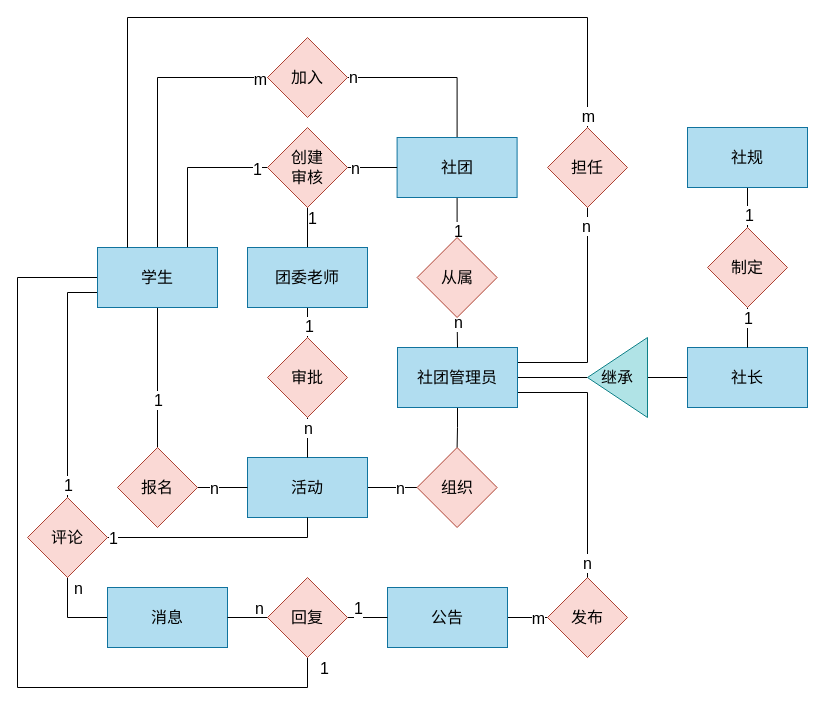
The draw.io diagram 系统设计报告/ccy-ER图与数据元素表/ER-graph.drawio in cccvs/BUAA-DataBase, before the edit. Source tidied: cells renumbered, new cells numbered last; positions are measured from the earlier drawing's top-left corner, leaving out a move shared by most shapes. Both pictures are drawn from the tidied source at 100%, with x=0, y=0 at pixel (17, 17).
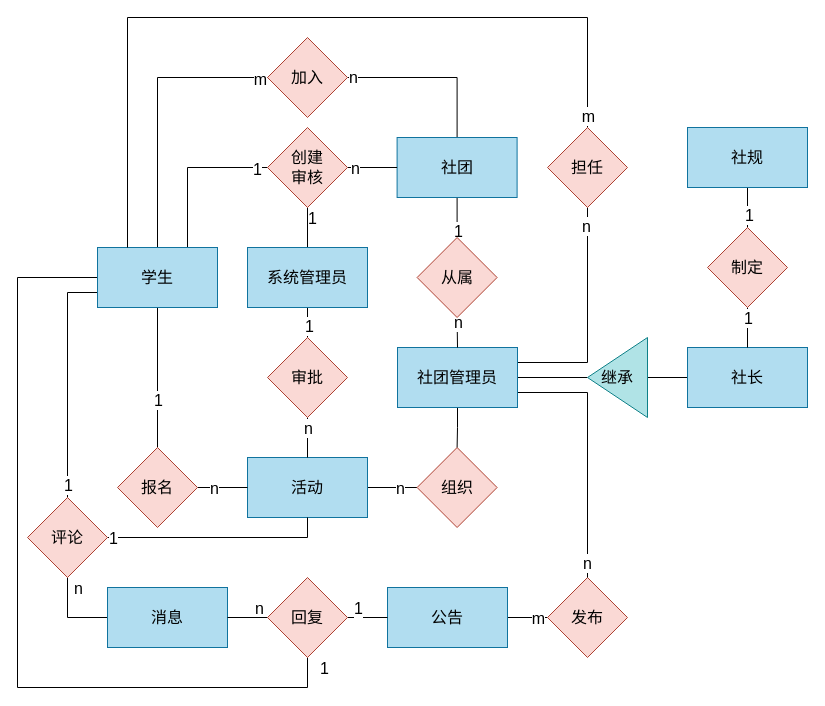
After the change.

Commit message (it also covers changes not shown here):
更改ER图，完成数据元素表初版

Diff of the diagram source:
```diff
@@
-    <mxCell id="27" value="团委老师" style="rounded=0;whiteSpace=wrap;html=1;fontSize=16;fillColor=#b1ddf0;strokeColor=#10739e;" parent="1" vertex="1">
+    <mxCell id="27" value="系统管理员" style="rounded=0;whiteSpace=wrap;html=1;fontSize=16;fillColor=#b1ddf0;strokeColor=#10739e;" parent="1" vertex="1">
       <mxGeometry x="230" y="230" width="120" height="60" as="geometry" />
     </mxCell>
```
